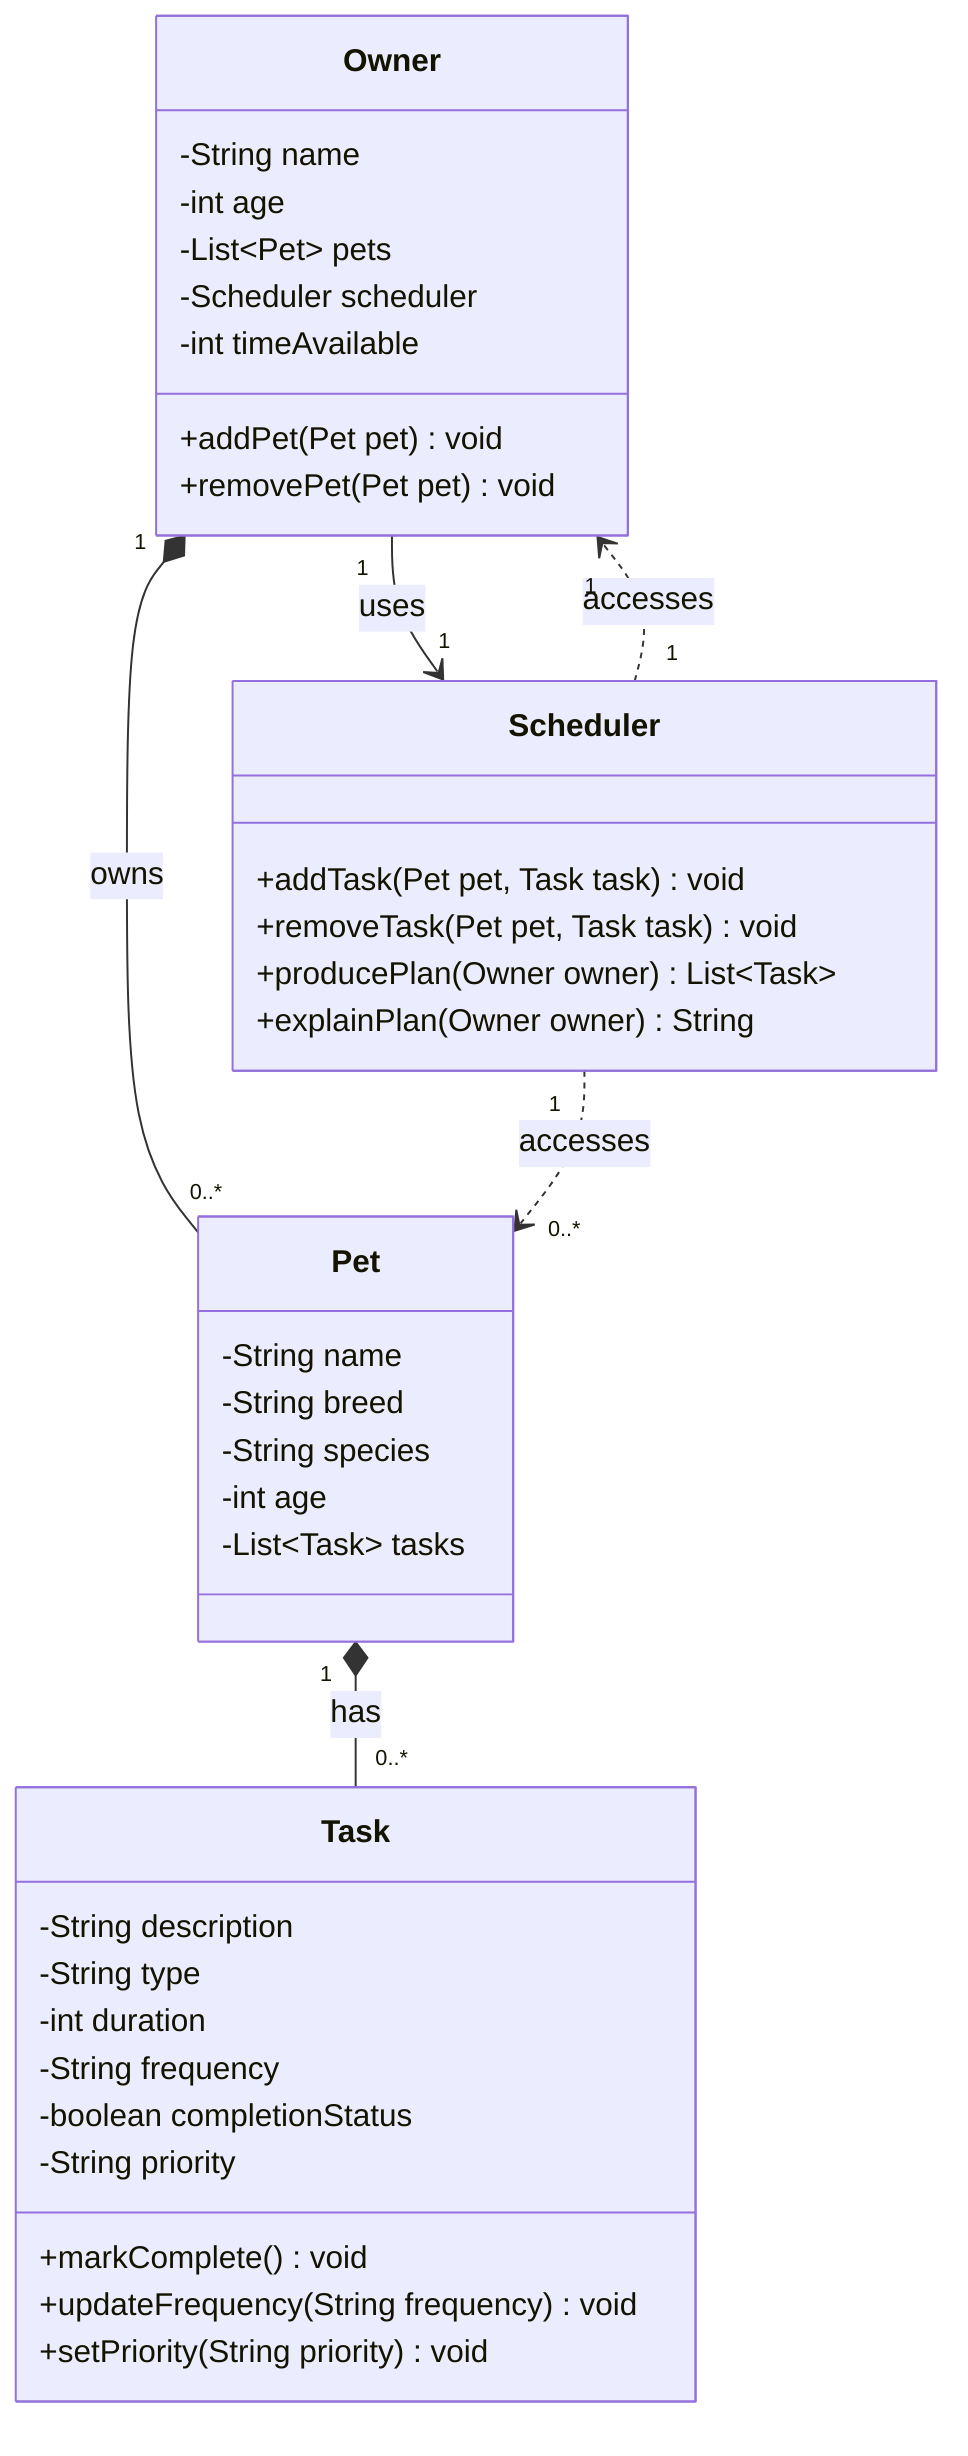
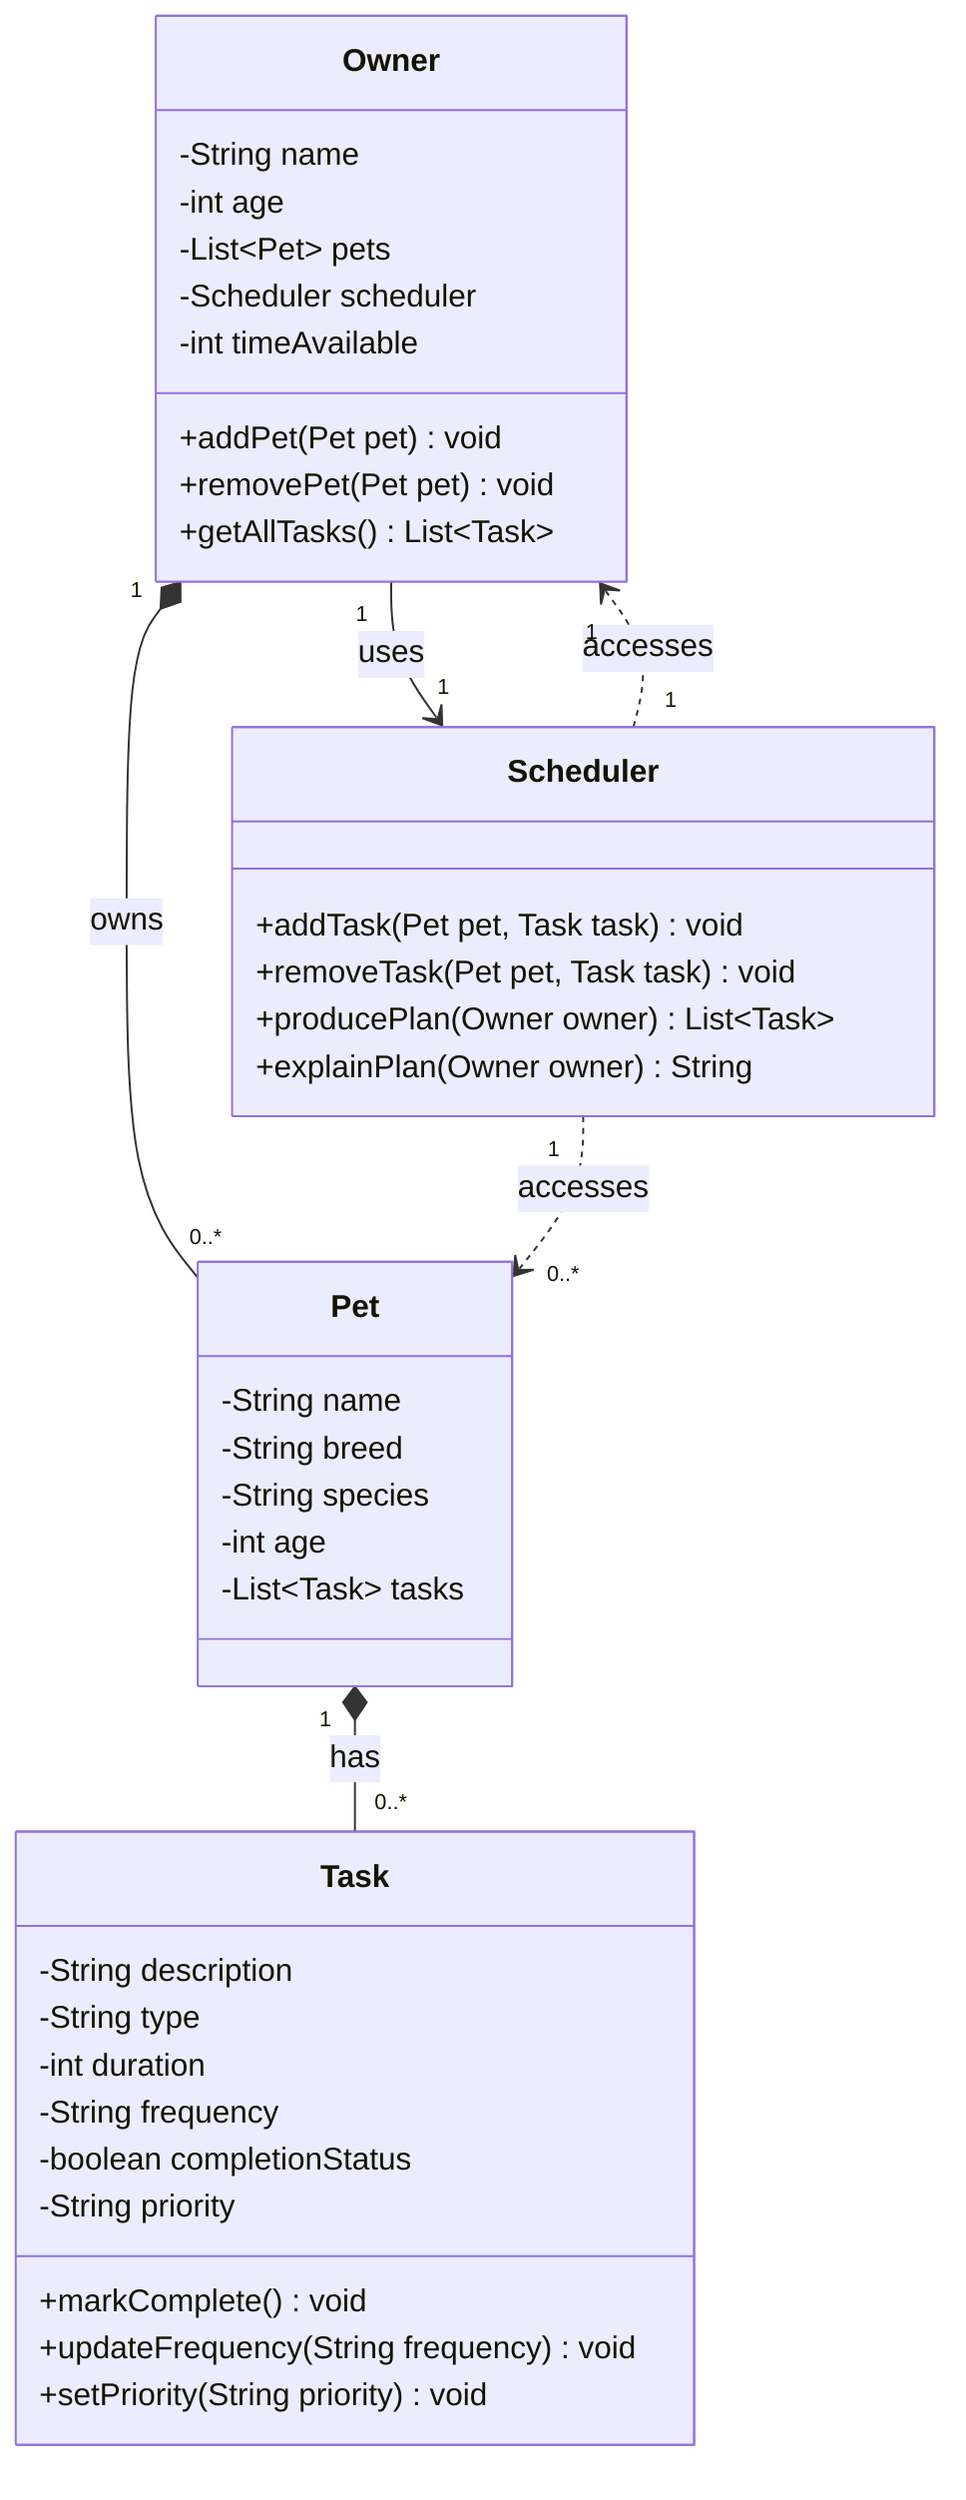
classDiagram
    class Owner {
        -String name
        -int age
        -List~Pet~ pets
        -Scheduler scheduler
        -int timeAvailable
        +addPet(Pet pet) void
        +removePet(Pet pet) void
+         +getAllTasks() List~Task~
    }

    class Pet {
        -String name
        -String breed
        -String species
        -int age
        -List~Task~ tasks
    }

    class Task {
        -String description
        -String type
        -int duration
        -String frequency
        -boolean completionStatus
        -String priority
        +markComplete() void
        +updateFrequency(String frequency) void
        +setPriority(String priority) void
    }

    class Scheduler {
        +addTask(Pet pet, Task task) void
        +removeTask(Pet pet, Task task) void
        +producePlan(Owner owner) List~Task~
        +explainPlan(Owner owner) String
    }

    Owner "1" *-- "0..*" Pet : owns
    Owner "1" --> "1" Scheduler : uses
    Pet "1" *-- "0..*" Task : has
    Scheduler "1" ..> "0..*" Pet : accesses
    Scheduler "1" ..> "1" Owner : accesses
